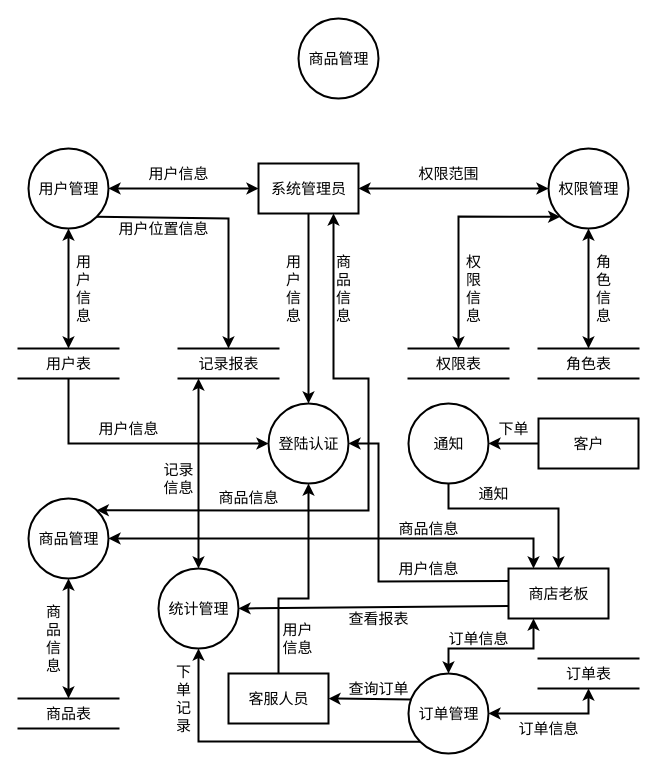
The draw.io diagram 毕业设计-0层数据流图.drawio in srcrs/draw-static, before the edit. Source tidied: cells renumbered, new cells numbered last; positions are measured from the earlier drawing's top-left corner, leaving out a move shared by most shapes. Both pictures are drawn from the tidied source at 100%, with x=0, y=0 at pixel (18, 18).
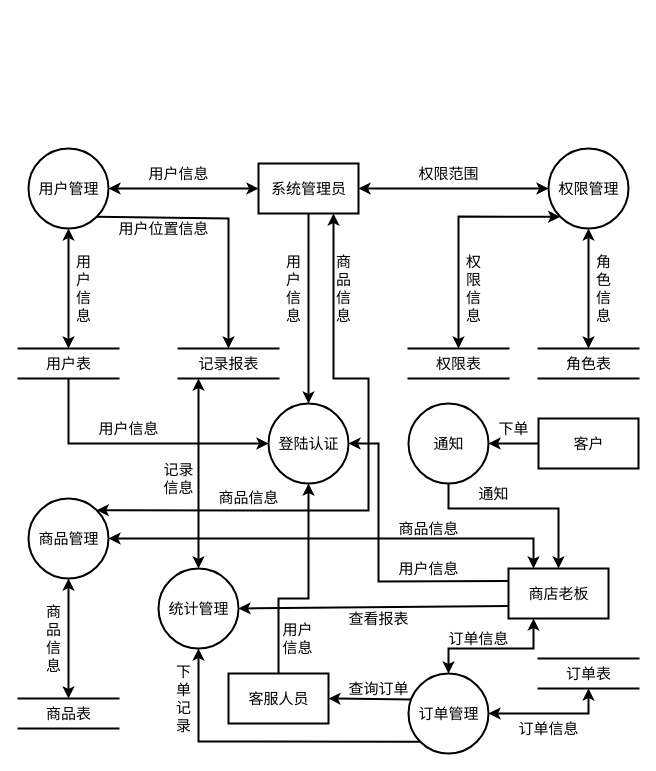
The same diagram, later.

Commit message (it also covers changes not shown here):
更新毕业设计-0层数据流图.drawio

Change to the diagram source:
```diff
@@
-    <mxCell id="8" value="商品管理" style="shape=ellipse;html=1;dashed=0;whitespace=wrap;perimeter=ellipsePerimeter;strokeWidth=2;fontSize=15;" parent="1" vertex="1">
-      <mxGeometry x="280" width="80" height="80" as="geometry" />
-    </mxCell>
```
